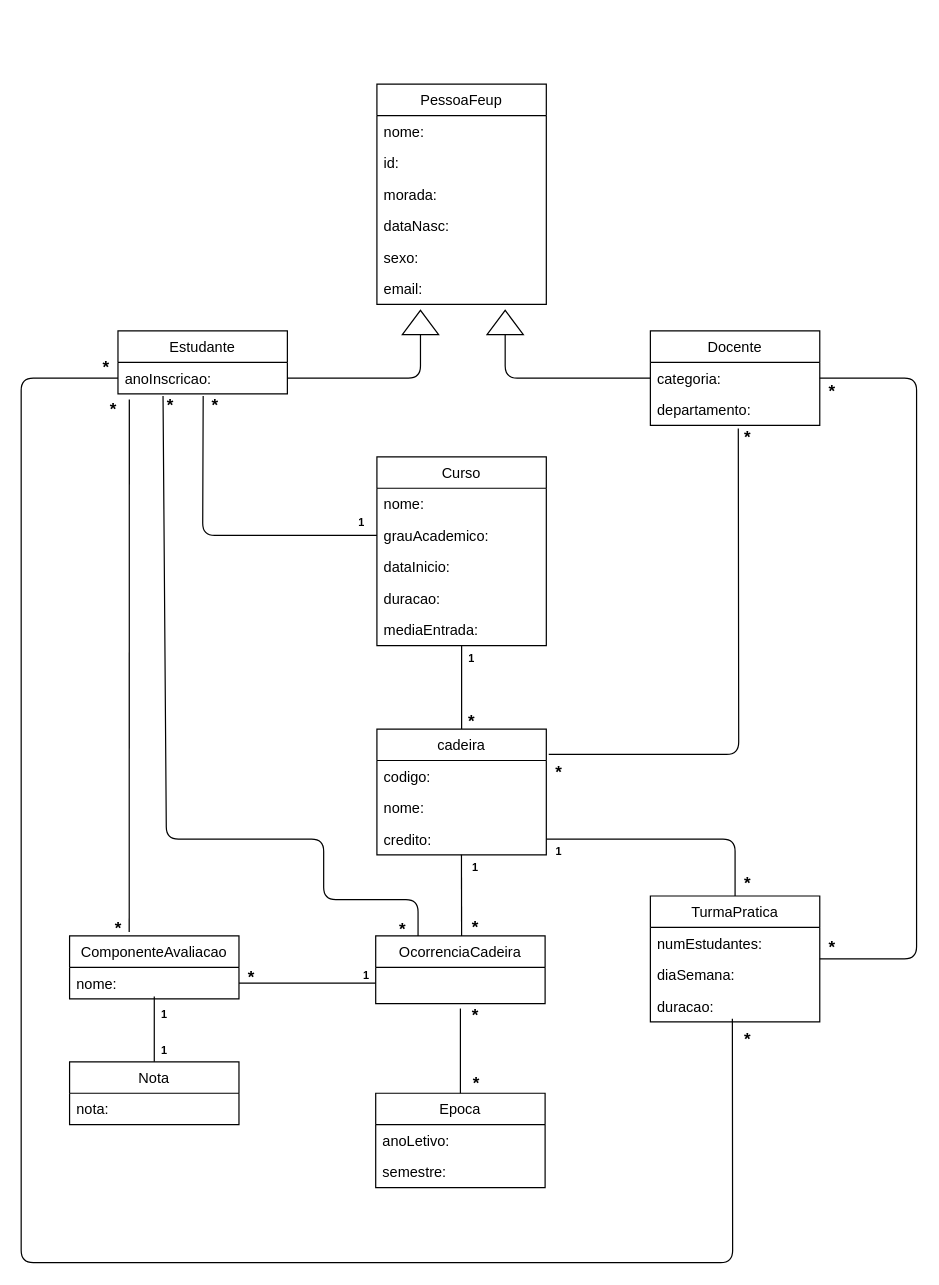
joaoDossena/MIEIC-BDAD keeps this draw.io diagram as 2nd Submission/Modelo Conceptual.drawio. Above is the earlier version. Source tidied: cells renumbered, new cells numbered last; positions are measured from the earlier drawing's top-left corner, leaving out a move shared by most shapes. Both pictures are drawn from the tidied source at 121%, with x=0, y=0 at pixel (21, 83).
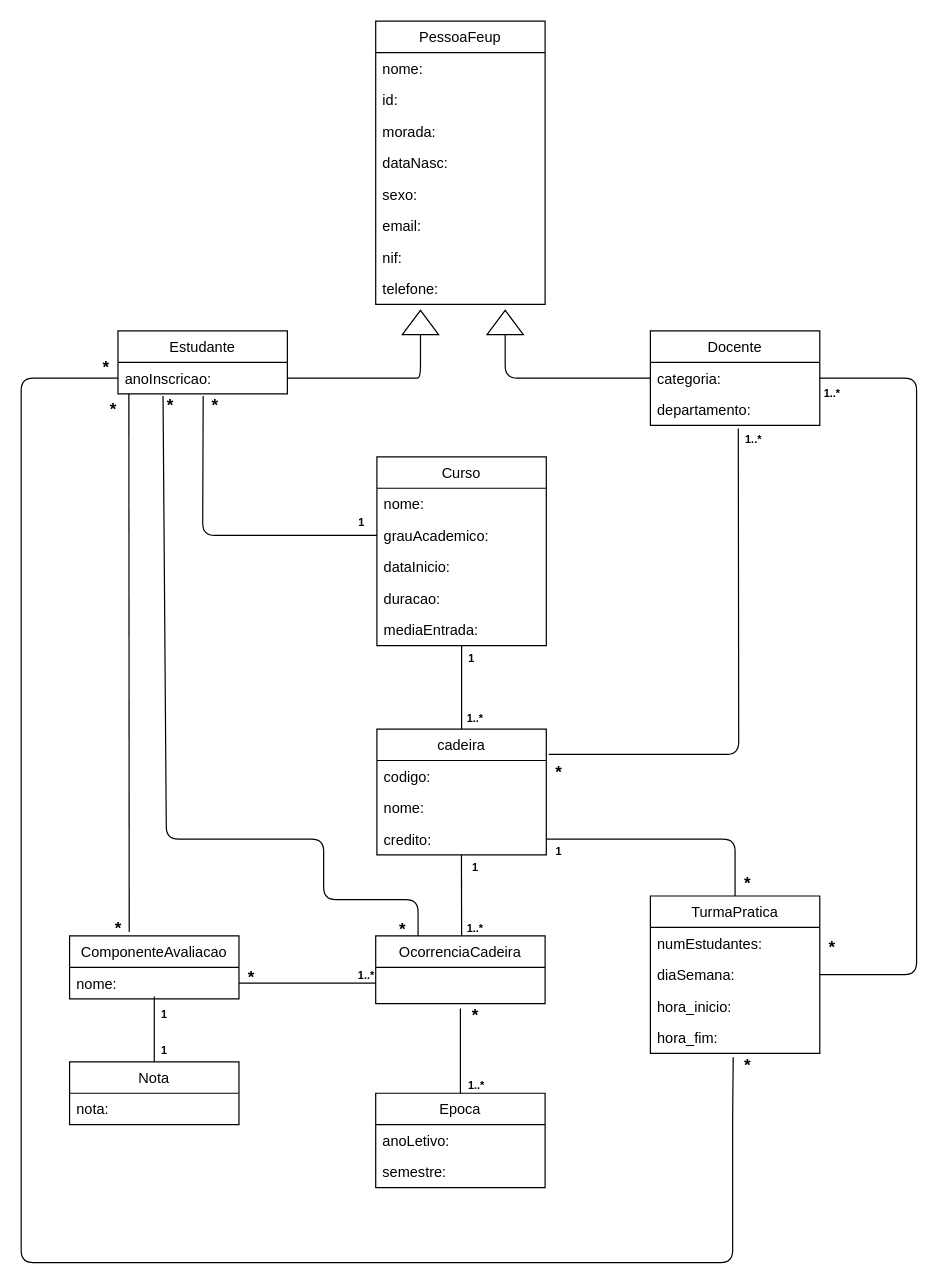
After the change.

The change refers to these unchanged cells:
```xml
<mxCell id="10" value="anoInscricao:" style="text;strokeColor=none;fillColor=none;align=left;verticalAlign=top;spacingLeft=4;spacingRight=4;overflow=hidden;points=[[0,0.5],[1,0.5]];portConstraint=eastwest;" parent="9" vertex="1">
  <mxGeometry y="26" width="140" height="26" as="geometry" />
</mxCell>
<mxCell id="12" value="categoria:" style="text;strokeColor=none;fillColor=none;align=left;verticalAlign=top;spacingLeft=4;spacingRight=4;overflow=hidden;points=[[0,0.5],[1,0.5]];portConstraint=eastwest;" parent="11" vertex="1">
  <mxGeometry y="26" width="140" height="26" as="geometry" />
</mxCell>
<mxCell id="14" style="triangle;whiteSpace=wrap;html=1;rotation=-90;" parent="1" vertex="1">
  <mxGeometry x="320" y="182" width="20" height="30" as="geometry" />
</mxCell>
<mxCell id="38" value="ComponenteAvaliacao" style="swimlane;fontStyle=0;horizontal=1;startSize=26;fillColor=none;" parent="1" vertex="1">
  <mxGeometry x="40" y="704" width="140" height="52" as="geometry" />
</mxCell>
```

The edit, as a diff of the source:
```diff
@@
     <mxCell id="2" value="PessoaFeup" style="swimlane;fontStyle=0;horizontal=1;startSize=26;fillColor=none;" parent="1" vertex="1">
-      <mxGeometry x="294" width="140" height="182" as="geometry" />
+      <mxGeometry x="293" y="-52" width="140" height="234" as="geometry" />
     </mxCell>
@@
+    <mxCell id="76" value="nif:" style="text;strokeColor=none;fillColor=none;align=left;verticalAlign=top;spacingLeft=4;spacingRight=4;overflow=hidden;" parent="2" vertex="1">
+      <mxGeometry y="182" width="140" height="26" as="geometry" />
+    </mxCell>
+    <mxCell id="77" value="telefone:" style="text;strokeColor=none;fillColor=none;align=left;verticalAlign=top;spacingLeft=4;spacingRight=4;overflow=hidden;" parent="2" vertex="1">
+      <mxGeometry y="208" width="140" height="26" as="geometry" />
+    </mxCell>
@@
     <mxCell id="16" style="endArrow=none;html=1;exitX=1;exitY=0.5;exitDx=0;exitDy=0;entryX=0;entryY=0.5;entryDx=0;entryDy=0;" parent="1" edge="1" target="14">
       <mxGeometry relative="1" as="geometry">
         <mxPoint x="220" y="243" as="sourcePoint" />
         <Array as="points">
+          <mxPoint x="320" y="243" />
           <mxPoint x="330" y="243" />
         </Array>
       </mxGeometry>
     </mxCell>
@@
-    <mxCell id="47" value="&lt;font style=&quot;font-size: 14px&quot;&gt;&lt;b&gt;*&lt;/b&gt;&lt;/font&gt;" style="text;html=1;align=center;verticalAlign=middle;" parent="1" vertex="1">
-      <mxGeometry x="362" y="517" width="20" height="20" as="geometry" />
+    <mxCell id="47" value="&lt;font style=&quot;font-size: 14px&quot;&gt;&lt;b style=&quot;font-size: 9px&quot;&gt;1..*&lt;/b&gt;&lt;/font&gt;" style="text;html=1;align=center;verticalAlign=middle;" parent="1" vertex="1">
+      <mxGeometry x="360" y="513" width="30" height="20" as="geometry" />
     </mxCell>
-    <mxCell id="48" value="&lt;font style=&quot;font-size: 14px&quot;&gt;&lt;b&gt;*&lt;/b&gt;&lt;/font&gt;" style="text;html=1;align=center;verticalAlign=middle;" parent="1" vertex="1">
-      <mxGeometry x="590" y="282" width="20" height="20" as="geometry" />
+    <mxCell id="48" value="&lt;font style=&quot;font-size: 14px&quot;&gt;&lt;b style=&quot;font-size: 9px&quot;&gt;1..*&lt;/b&gt;&lt;/font&gt;" style="text;html=1;align=center;verticalAlign=middle;" parent="1" vertex="1">
+      <mxGeometry x="590" y="282" width="30" height="20" as="geometry" />
     </mxCell>
@@
-    <mxCell id="55" value="&lt;b&gt;&lt;font style=&quot;font-size: 9px&quot;&gt;1&lt;/font&gt;&lt;/b&gt;" style="text;html=1;align=center;verticalAlign=middle;" parent="1" vertex="1">
-      <mxGeometry x="275" y="726" width="20" height="20" as="geometry" />
+    <mxCell id="55" value="&lt;b&gt;&lt;font style=&quot;font-size: 9px&quot;&gt;1..*&lt;/font&gt;&lt;/b&gt;" style="text;html=1;align=center;verticalAlign=middle;" parent="1" vertex="1">
+      <mxGeometry x="270" y="726" width="30" height="20" as="geometry" />
     </mxCell>
@@
-    <mxCell id="58" value="&lt;font style=&quot;font-size: 14px&quot;&gt;&lt;b&gt;*&lt;/b&gt;&lt;/font&gt;" style="text;html=1;align=center;verticalAlign=middle;" parent="1" vertex="1">
-      <mxGeometry x="366" y="816" width="20" height="20" as="geometry" />
+    <mxCell id="58" value="&lt;font style=&quot;font-size: 14px&quot;&gt;&lt;b style=&quot;font-size: 9px&quot;&gt;1..*&lt;/b&gt;&lt;/font&gt;" style="text;html=1;align=center;verticalAlign=middle;" parent="1" vertex="1">
+      <mxGeometry x="361" y="816" width="30" height="20" as="geometry" />
     </mxCell>
@@
     <mxCell id="61" value="TurmaPratica" style="swimlane;fontStyle=0;horizontal=1;startSize=26;fillColor=none;" parent="1" vertex="1">
-      <mxGeometry x="520" y="671" width="140" height="104" as="geometry" />
+      <mxGeometry x="520" y="671" width="140" height="130" as="geometry" />
     </mxCell>
@@
-    <mxCell id="64" value="duracao:" style="text;strokeColor=none;fillColor=none;align=left;verticalAlign=top;spacingLeft=4;spacingRight=4;overflow=hidden;points=[[0,0.5],[1,0.5]];portConstraint=eastwest;" parent="61" vertex="1">
-      <mxGeometry y="78" width="140" height="26" as="geometry" />
-    </mxCell>
+    <mxCell id="78" value="hora_inicio:" style="text;strokeColor=none;fillColor=none;align=left;verticalAlign=top;spacingLeft=4;spacingRight=4;overflow=hidden;" parent="61" vertex="1">
+      <mxGeometry y="78" width="140" height="26" as="geometry" />
+    </mxCell>
+    <mxCell id="79" value="hora_fim:" style="text;strokeColor=none;fillColor=none;align=left;verticalAlign=top;spacingLeft=4;spacingRight=4;overflow=hidden;points=[[0,0.5],[1,0.5]];portConstraint=eastwest;" parent="61" vertex="1">
+      <mxGeometry y="104" width="140" height="26" as="geometry" />
+    </mxCell>
-    <mxCell id="65" value="&lt;font style=&quot;font-size: 14px&quot;&gt;&lt;b&gt;*&lt;/b&gt;&lt;/font&gt;" style="text;html=1;align=center;verticalAlign=middle;" parent="1" vertex="1">
-      <mxGeometry x="365" y="687" width="20" height="20" as="geometry" />
+    <mxCell id="65" value="&lt;font size=&quot;1&quot;&gt;&lt;b style=&quot;font-size: 9px&quot;&gt;1..*&lt;/b&gt;&lt;/font&gt;" style="text;html=1;align=center;verticalAlign=middle;" parent="1" vertex="1">
+      <mxGeometry x="360" y="687" width="30" height="20" as="geometry" />
     </mxCell>
@@
-    <mxCell id="67" style="endArrow=none;html=1;entryX=0.067;entryY=1.179;entryDx=0;entryDy=0;entryPerimeter=0;exitX=0.352;exitY=-0.064;exitDx=0;exitDy=0;exitPerimeter=0;" parent="1" edge="1" source="38" target="10">
-      <mxGeometry relative="1" as="geometry" />
+    <mxCell id="67" style="endArrow=none;html=1;exitX=0.352;exitY=-0.064;exitDx=0;exitDy=0;exitPerimeter=0;" parent="1" edge="1" source="38">
+      <mxGeometry relative="1" as="geometry">
+        <mxPoint x="89" y="256" as="targetPoint" />
+      </mxGeometry>
     </mxCell>
-    <mxCell id="68" style="endArrow=none;html=1;exitX=0;exitY=0.5;exitDx=0;exitDy=0;entryX=0.484;entryY=0.905;entryDx=0;entryDy=0;entryPerimeter=0;" parent="1" edge="1" source="10" target="64">
+    <mxCell id="68" style="endArrow=none;html=1;exitX=0;exitY=0.5;exitDx=0;exitDy=0;entryX=0.489;entryY=1.123;entryDx=0;entryDy=0;entryPerimeter=0;" parent="1" edge="1" source="10" target="79">
       <mxGeometry relative="1" as="geometry">
         <Array as="points">
           <mxPoint y="243" />
           <mxPoint y="974" />
           <mxPoint x="588" y="974" />
+          <mxPoint x="588" y="892" />
+          <mxPoint x="588" y="962" />
+          <mxPoint x="588" y="852" />
         </Array>
       </mxGeometry>
     </mxCell>
     <mxCell id="69" value="&lt;font style=&quot;font-size: 14px&quot;&gt;&lt;b&gt;*&lt;/b&gt;&lt;/font&gt;" style="text;html=1;align=center;verticalAlign=middle;" parent="1" vertex="1">
-      <mxGeometry x="590" y="780" width="20" height="20" as="geometry" />
+      <mxGeometry x="590" y="801" width="20" height="20" as="geometry" />
     </mxCell>
@@
     <mxCell id="71" style="endArrow=none;html=1;exitX=1;exitY=0.5;exitDx=0;exitDy=0;entryX=1;entryY=0.5;entryDx=0;entryDy=0;" parent="1" edge="1" source="61" target="12">
       <mxGeometry relative="1" as="geometry">
         <Array as="points">
-          <mxPoint x="740" y="723" />
+          <mxPoint x="740" y="736" />
           <mxPoint x="740" y="243" />
         </Array>
       </mxGeometry>
     </mxCell>
@@
-    <mxCell id="75" value="&lt;font style=&quot;font-size: 14px&quot;&gt;&lt;b&gt;*&lt;/b&gt;&lt;/font&gt;" style="text;html=1;align=center;verticalAlign=middle;" parent="1" vertex="1">
-      <mxGeometry x="660" y="244" width="20" height="20" as="geometry" />
+    <mxCell id="75" value="&lt;font style=&quot;font-size: 14px&quot;&gt;&lt;b style=&quot;font-size: 9px&quot;&gt;1..*&lt;/b&gt;&lt;/font&gt;" style="text;html=1;align=center;verticalAlign=middle;" parent="1" vertex="1">
+      <mxGeometry x="655" y="244" width="30" height="20" as="geometry" />
     </mxCell>
```
